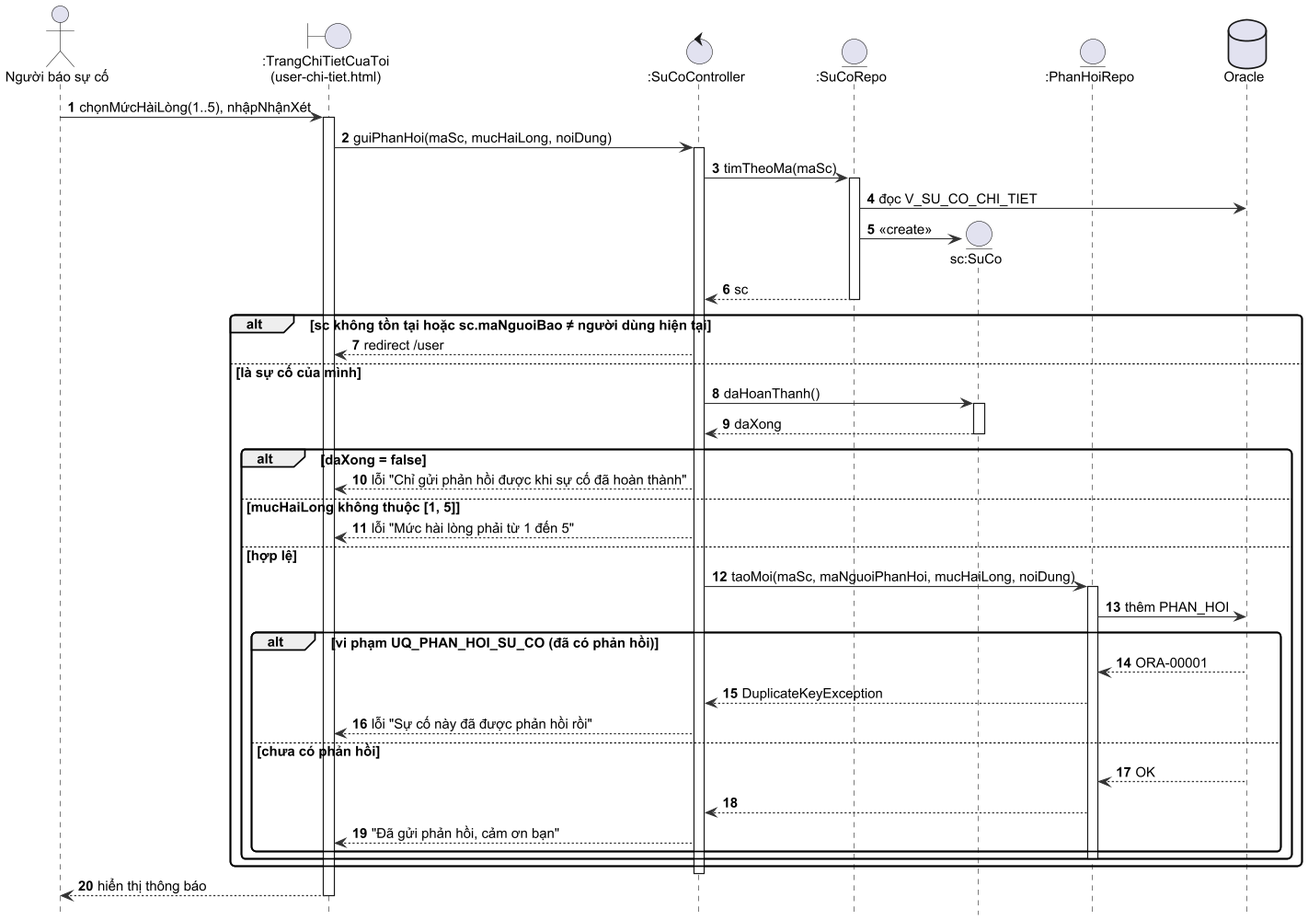
Above: docs/uml/h3_2c_sd_uc5.png in greyd254/IMS_TEST (PlantUML), before the change.
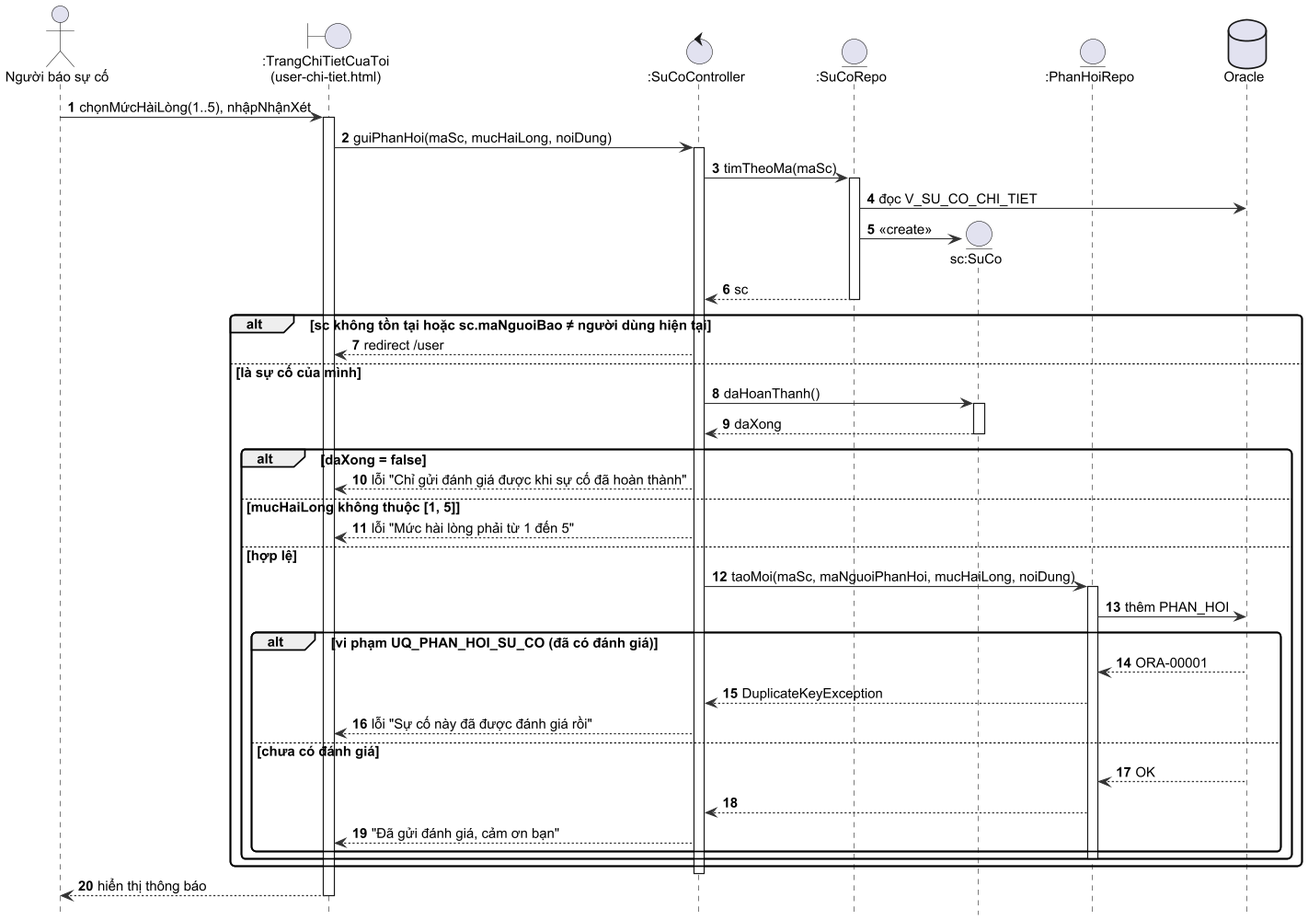
Later version of the same file.

The edit, as a diff of the source:
```diff
@@ -29,21 +29,21 @@
   SC --> C : daXong
   deactivate SC
   alt daXong = false
-    C --> B : lỗi "Chỉ gửi phản hồi được khi sự cố đã hoàn thành"
+    C --> B : lỗi "Chỉ gửi đánh giá được khi sự cố đã hoàn thành"
   else mucHaiLong không thuộc [1, 5]
     C --> B : lỗi "Mức hài lòng phải từ 1 đến 5"
   else hợp lệ
     C -> PR : taoMoi(maSc, maNguoiPhanHoi, mucHaiLong, noiDung)
     activate PR
     PR -> DB : thêm PHAN_HOI
-    alt vi phạm UQ_PHAN_HOI_SU_CO (đã có phản hồi)
+    alt vi phạm UQ_PHAN_HOI_SU_CO (đã có đánh giá)
       DB --> PR : ORA-00001
       PR --> C : DuplicateKeyException
-      C --> B : lỗi "Sự cố này đã được phản hồi rồi"
-    else chưa có phản hồi
+      C --> B : lỗi "Sự cố này đã được đánh giá rồi"
+    else chưa có đánh giá
       DB --> PR : OK
       PR --> C
-      C --> B : "Đã gửi phản hồi, cảm ơn bạn"
+      C --> B : "Đã gửi đánh giá, cảm ơn bạn"
     end
     deactivate PR
   end
```
